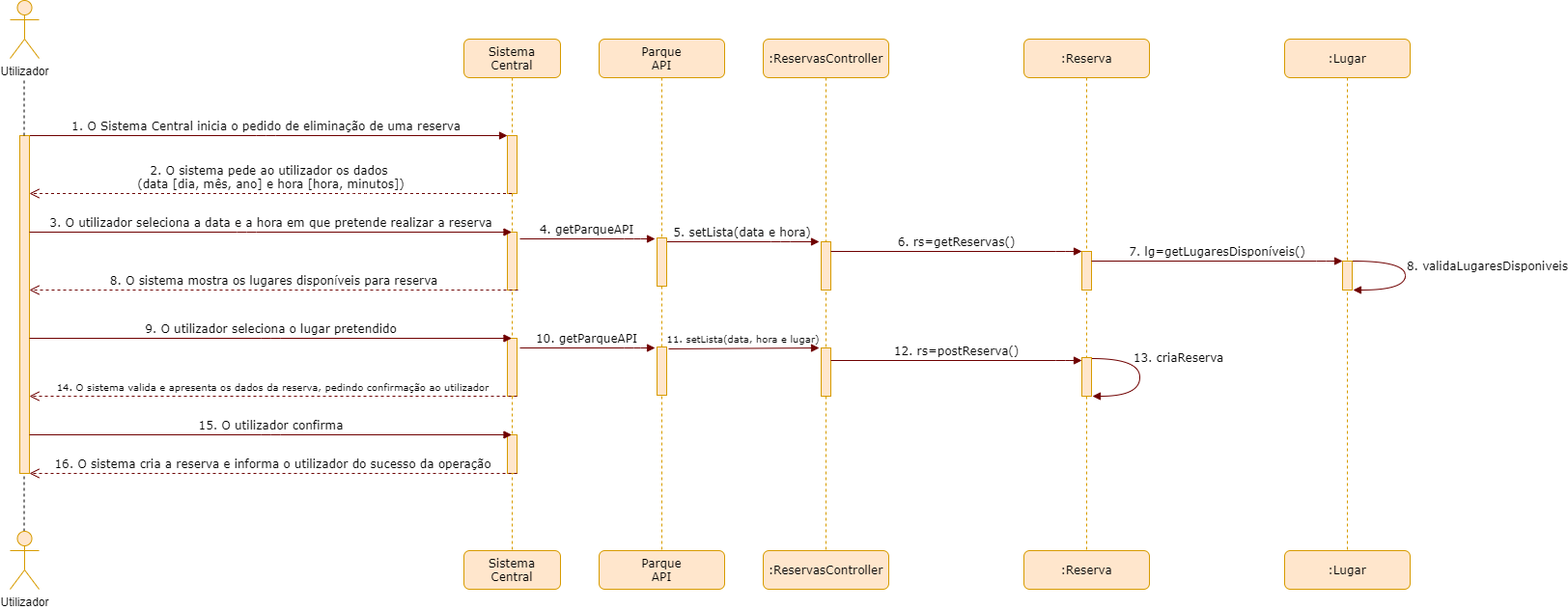
Above: User Stories/UC11/DiagramaSequência_UC11.png in PauloTor/UPskillDOTNET (draw.io), before the change. Source tidied: cells renumbered, new cells last; positions are measured from the earlier drawing's top-left corner, leaving out a move shared by most shapes.
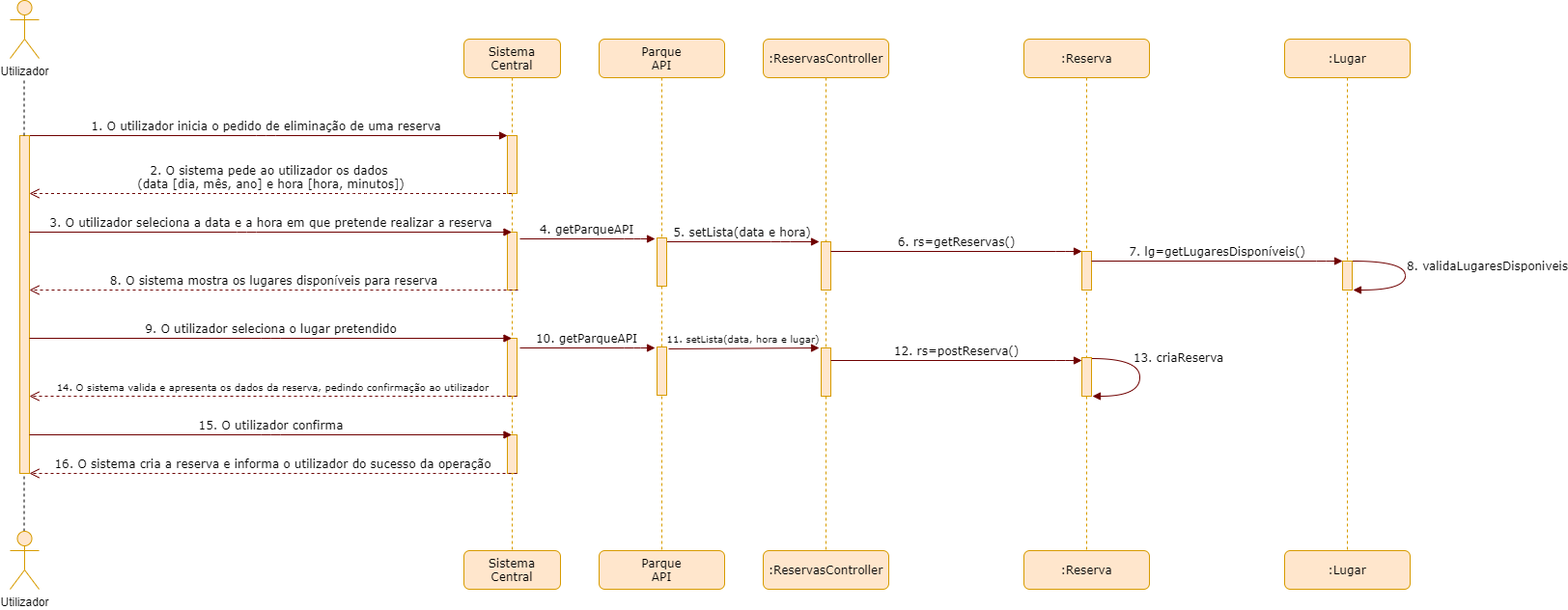
After the commit.

Commit message:
correção de erro no diagrama

Diff of the diagram source:
```diff
@@ -26,7 +26,7 @@
         </Array>
       </mxGeometry>
     </mxCell>
-    <mxCell id="8" value="1. O Sistema Central inicia o pedido de eliminação de uma reserva" style="html=1;verticalAlign=bottom;endArrow=block;entryX=0;entryY=0;labelBackgroundColor=none;fontFamily=Verdana;fontSize=12;edgeStyle=elbowEdgeStyle;elbow=vertical;fillColor=#a20025;strokeColor=#6F0000;" parent="1" edge="1" target="3">
+    <mxCell id="8" value="1. O utilizador inicia o pedido de eliminação de uma reserva" style="html=1;verticalAlign=bottom;endArrow=block;entryX=0;entryY=0;labelBackgroundColor=none;fontFamily=Verdana;fontSize=12;edgeStyle=elbowEdgeStyle;elbow=vertical;fillColor=#a20025;strokeColor=#6F0000;" parent="1" edge="1" target="3">
       <mxGeometry relative="1" as="geometry">
         <mxPoint x="15" y="140" as="sourcePoint" />
       </mxGeometry>
```
